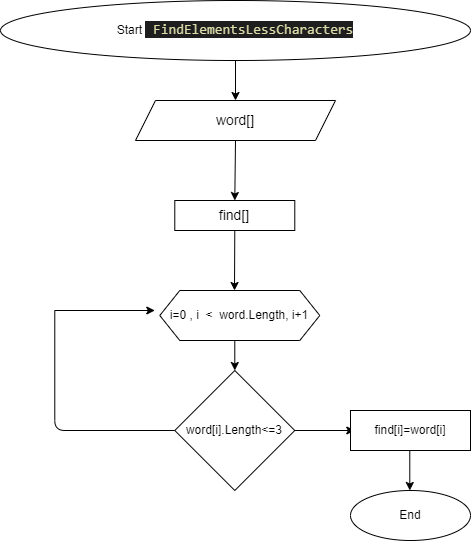
Above: bs.drawio.png in DumkinMaksim/PracticumControlWork (draw.io), before the change. Source tidied: cells renumbered, new cells last; positions are measured from the earlier drawing's top-left corner, leaving out a move shared by most shapes.
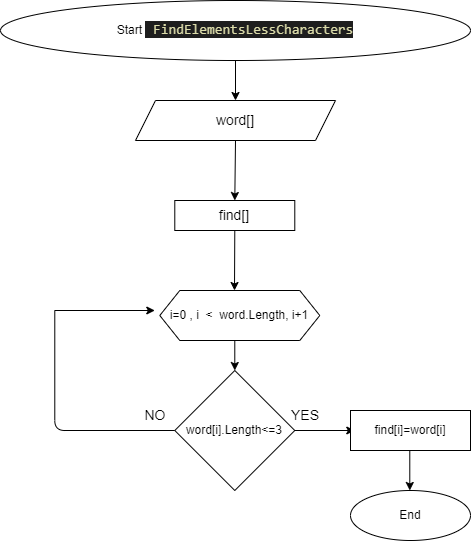
Later version of the same file.

Commit message:
изменил  данные в блок-схеме

Diff of the diagram source:
```diff
@@ -64,5 +64,11 @@
     <mxCell id="16" value="&lt;font style=&quot;font-size: 14px&quot;&gt;find[]&lt;/font&gt;" style="rounded=0;whiteSpace=wrap;html=1;" parent="1" vertex="1">
       <mxGeometry x="174.3" y="200" width="120" height="30" as="geometry" />
     </mxCell>
+    <mxCell id="17" value="YES&lt;br&gt;" style="text;html=1;strokeColor=none;fillColor=none;align=center;verticalAlign=middle;whiteSpace=wrap;rounded=0;fontSize=14;" parent="1" vertex="1">
+      <mxGeometry x="275" y="400" width="60" height="30" as="geometry" />
+    </mxCell>
+    <mxCell id="18" value="NO" style="text;html=1;strokeColor=none;fillColor=none;align=center;verticalAlign=middle;whiteSpace=wrap;rounded=0;fontSize=14;" parent="1" vertex="1">
+      <mxGeometry x="125" y="400" width="60" height="30" as="geometry" />
+    </mxCell>
   </root>
 </mxGraphModel>
```
